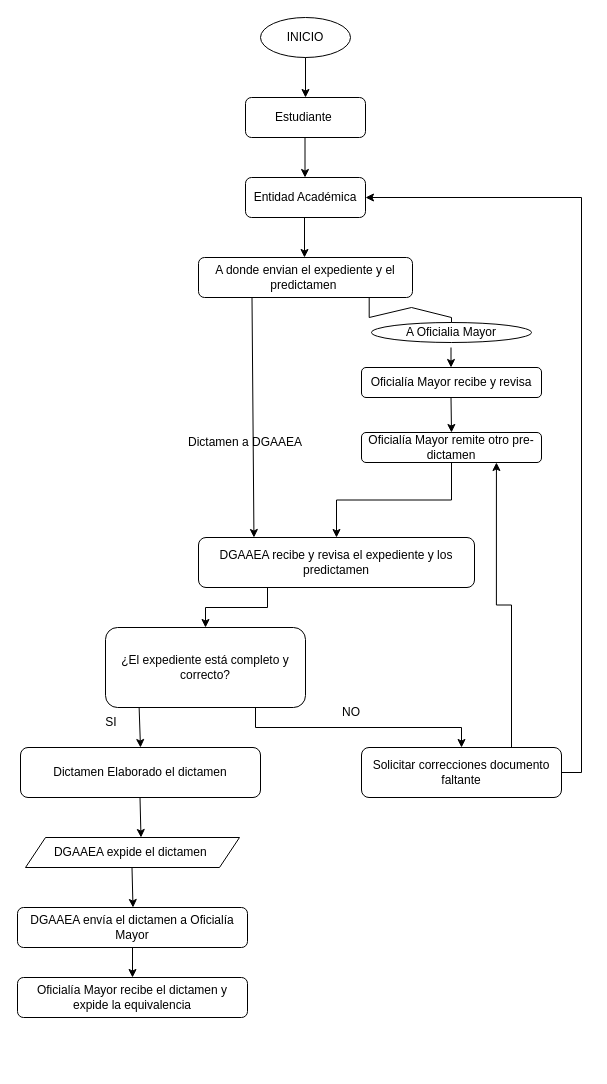
This is Diagrama sin título.drawio from Delfinsito/script, a draw.io file, before an edit. Source tidied: cells renumbered, new cells numbered last; positions are measured from the earlier drawing's top-left corner, leaving out a move shared by most shapes. Both pictures are drawn from the tidied source at 100%, with x=0, y=0 at pixel (17, 17).
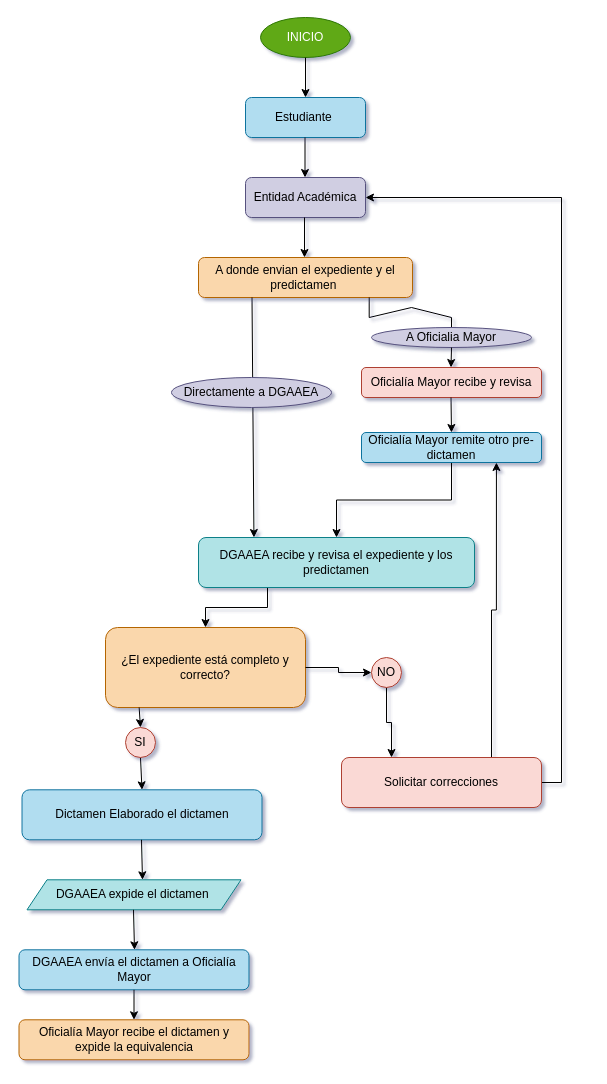
After the change.

The edit, as a diff of the source:
```diff
@@
-<mxGraphModel>
+<mxGraphModel shadow="1">
@@
-    <mxCell id="2" value="INICIO" style="ellipse;whiteSpace=wrap;html=1;shapeInside=1;" parent="1" vertex="1">
+    <mxCell id="2" value="INICIO" style="ellipse;whiteSpace=wrap;html=1;shapeInside=1;labelBackgroundColor=none;fillColor=#60a917;fontColor=#ffffff;strokeColor=#2D7600;" parent="1" vertex="1">
       <mxGeometry x="243" width="90" height="40" as="geometry" />
     </mxCell>
-    <mxCell id="3" style="endArrow=classic;html=1;rounded=0;exitX=0.5;exitY=1;exitDx=0;exitDy=0;" parent="1" edge="1" source="2">
+    <mxCell id="3" style="endArrow=classic;html=1;rounded=0;exitX=0.5;exitY=1;exitDx=0;exitDy=0;labelBackgroundColor=none;fontColor=default;" parent="1" edge="1" source="2">
       <mxGeometry relative="1" as="geometry">
         <mxPoint x="288" y="80" as="targetPoint" />
       </mxGeometry>
     </mxCell>
-    <mxCell id="4" value="Estudiante&amp;nbsp;" style="rounded=1;whiteSpace=wrap;html=1;roundedPerimeter=1;" parent="1" vertex="1">
+    <mxCell id="4" value="Estudiante&amp;nbsp;" style="rounded=1;whiteSpace=wrap;html=1;roundedPerimeter=1;labelBackgroundColor=none;fillColor=#b1ddf0;strokeColor=#10739e;" parent="1" vertex="1">
       <mxGeometry x="228" y="80" width="120" height="40" as="geometry" />
     </mxCell>
-    <mxCell id="5" style="endArrow=classic;html=1;rounded=0;exitX=0.5;exitY=1;exitDx=0;exitDy=0;" parent="1" edge="1">
+    <mxCell id="5" style="endArrow=classic;html=1;rounded=0;exitX=0.5;exitY=1;exitDx=0;exitDy=0;labelBackgroundColor=none;fontColor=default;" parent="1" edge="1">
       <mxGeometry relative="1" as="geometry">
         <mxPoint x="287.5" y="120" as="sourcePoint" />
         <mxPoint x="287.5" y="160" as="targetPoint" />
       </mxGeometry>
     </mxCell>
-    <mxCell id="6" value="Entidad Académica" style="rounded=1;whiteSpace=wrap;html=1;roundedPerimeter=1;" parent="1" vertex="1">
+    <mxCell id="6" value="Entidad Académica" style="rounded=1;whiteSpace=wrap;html=1;roundedPerimeter=1;labelBackgroundColor=none;fillColor=#d0cee2;strokeColor=#56517e;" parent="1" vertex="1">
       <mxGeometry x="228" y="160" width="120" height="40" as="geometry" />
     </mxCell>
-    <mxCell id="7" value="A donde envian el expediente y el predictamen&amp;nbsp;" style="rounded=1;whiteSpace=wrap;html=1;roundedPerimeter=1;" parent="1" vertex="1">
+    <mxCell id="7" value="A donde envian el expediente y el predictamen&amp;nbsp;" style="rounded=1;whiteSpace=wrap;html=1;roundedPerimeter=1;labelBackgroundColor=none;fillColor=#fad7ac;strokeColor=#b46504;" parent="1" vertex="1">
       <mxGeometry x="181" y="240" width="214" height="40" as="geometry" />
     </mxCell>
-    <mxCell id="8" style="endArrow=classic;html=1;rounded=0;exitX=0.5;exitY=1;exitDx=0;exitDy=0;" parent="1" edge="1">
+    <mxCell id="8" style="endArrow=classic;html=1;rounded=0;exitX=0.5;exitY=1;exitDx=0;exitDy=0;labelBackgroundColor=none;fontColor=default;" parent="1" edge="1">
       <mxGeometry relative="1" as="geometry">
         <mxPoint x="287" y="200" as="sourcePoint" />
         <mxPoint x="287" y="240" as="targetPoint" />
       </mxGeometry>
     </mxCell>
-    <mxCell id="9" style="endArrow=classic;html=1;rounded=0;exitX=0.25;exitY=1;exitDx=0;exitDy=0;entryX=0.171;entryY=-0.05;entryDx=0;entryDy=0;" parent="1" edge="1" source="7" target="19">
+    <mxCell id="9" style="endArrow=classic;html=1;rounded=0;exitX=0.25;exitY=1;exitDx=0;exitDy=0;entryX=0.171;entryY=-0.05;entryDx=0;entryDy=0;labelBackgroundColor=none;fontColor=default;" parent="1" edge="1" source="7" target="19">
       <mxGeometry relative="1" as="geometry" />
     </mxCell>
-    <mxCell id="10" style="endArrow=classic;html=1;rounded=0;exitX=0.8;exitY=1.004;exitDx=0;exitDy=0;" parent="1" edge="1" source="7">
+    <mxCell id="10" style="endArrow=classic;html=1;rounded=0;exitX=0.8;exitY=1.004;exitDx=0;exitDy=0;labelBackgroundColor=none;fontColor=default;" parent="1" edge="1" source="7">
       <mxGeometry x="0.01" relative="1" as="geometry">
         <mxPoint x="434" y="320" as="targetPoint" />
         <Array as="points">
           <mxPoint x="351.7" y="300" />
           <mxPoint x="394" y="290" />
           <mxPoint x="434" y="300" />
         </Array>
       </mxGeometry>
     </mxCell>
-    <mxCell id="11" value="A Oficialia Mayor" style="ellipse;whiteSpace=wrap;html=1;shapeInside=1;" parent="1" vertex="1">
-      <mxGeometry x="354" y="305" width="160" height="20" as="geometry" />
+    <mxCell id="11" value="A Oficialia Mayor" style="ellipse;whiteSpace=wrap;html=1;shapeInside=1;labelBackgroundColor=none;fillColor=#d0cee2;strokeColor=#56517e;" parent="1" vertex="1">
+      <mxGeometry x="354" y="310" width="160" height="20" as="geometry" />
     </mxCell>
-    <mxCell id="12" value="Oficialía Mayor recibe y revisa" style="rounded=1;whiteSpace=wrap;html=1;roundedPerimeter=1;" parent="1" vertex="1">
+    <mxCell id="12" value="Oficialía Mayor recibe y revisa" style="rounded=1;whiteSpace=wrap;html=1;roundedPerimeter=1;labelBackgroundColor=none;fillColor=#fad9d5;strokeColor=#ae4132;" parent="1" vertex="1">
       <mxGeometry x="344" y="350" width="180" height="30" as="geometry" />
     </mxCell>
-    <mxCell id="13" style="endArrow=classic;html=1;rounded=0;" parent="1" edge="1">
+    <mxCell id="13" style="endArrow=classic;html=1;rounded=0;labelBackgroundColor=none;fontColor=default;exitX=0.5;exitY=1;exitDx=0;exitDy=0;" parent="1" edge="1" source="11">
       <mxGeometry relative="1" as="geometry">
-        <mxPoint x="433.5" y="330" as="sourcePoint" />
         <mxPoint x="433.5" y="350" as="targetPoint" />
       </mxGeometry>
     </mxCell>
-    <mxCell id="14" style="endArrow=classic;html=1;rounded=0;exitX=0.5;exitY=1;exitDx=0;exitDy=0;entryX=0.5;entryY=0;entryDx=0;entryDy=0;" parent="1" edge="1" target="16">
+    <mxCell id="14" style="endArrow=classic;html=1;rounded=0;exitX=0.5;exitY=1;exitDx=0;exitDy=0;entryX=0.5;entryY=0;entryDx=0;entryDy=0;labelBackgroundColor=none;fontColor=default;" parent="1" edge="1" target="16">
       <mxGeometry relative="1" as="geometry">
         <mxPoint x="433.5" y="380" as="sourcePoint" />
       </mxGeometry>
     </mxCell>
-    <mxCell id="15" style="edgeStyle=orthogonalEdgeStyle;rounded=0;jettySize=auto;html=1;" parent="1" edge="1" source="16" target="19">
+    <mxCell id="15" style="edgeStyle=orthogonalEdgeStyle;rounded=0;jettySize=auto;html=1;labelBackgroundColor=none;fontColor=default;" parent="1" edge="1" source="16" target="19">
       <mxGeometry relative="1" as="geometry" />
     </mxCell>
-    <mxCell id="16" value="Oficialía Mayor remite otro pre-dictamen" style="rounded=1;whiteSpace=wrap;html=1;roundedPerimeter=1;" parent="1" vertex="1">
+    <mxCell id="16" value="Oficialía Mayor remite otro pre-dictamen" style="rounded=1;whiteSpace=wrap;html=1;roundedPerimeter=1;labelBackgroundColor=none;fillColor=#b1ddf0;strokeColor=#10739e;" parent="1" vertex="1">
       <mxGeometry x="344" y="415" width="180" height="30" as="geometry" />
     </mxCell>
-    <mxCell id="17" style="edgeStyle=orthogonalEdgeStyle;rounded=0;jettySize=auto;html=1;exitX=0.75;exitY=1;exitDx=0;exitDy=0;" parent="1" edge="1" source="20" target="23">
-      <mxGeometry x="-0.25" relative="1" as="geometry" />
-    </mxCell>
-    <mxCell id="18" style="edgeStyle=orthogonalEdgeStyle;rounded=0;jettySize=auto;html=1;exitX=0.25;exitY=1;exitDx=0;exitDy=0;entryX=0.5;entryY=0.125;entryDx=0;entryDy=0;" parent="1" edge="1" source="19" target="20">
+    <mxCell id="18" style="edgeStyle=orthogonalEdgeStyle;rounded=0;jettySize=auto;html=1;exitX=0.25;exitY=1;exitDx=0;exitDy=0;entryX=0.5;entryY=0.125;entryDx=0;entryDy=0;labelBackgroundColor=none;fontColor=default;" parent="1" edge="1" source="19" target="20">
       <mxGeometry relative="1" as="geometry" />
     </mxCell>
-    <mxCell id="19" value="DGAAEA recibe y revisa el expediente y los predictamen" style="rounded=1;whiteSpace=wrap;html=1;roundedPerimeter=1;" parent="1" vertex="1">
+    <mxCell id="19" value="DGAAEA recibe y revisa el expediente y los predictamen" style="rounded=1;whiteSpace=wrap;html=1;roundedPerimeter=1;labelBackgroundColor=none;fillColor=#b0e3e6;strokeColor=#0e8088;" parent="1" vertex="1">
       <mxGeometry x="181" y="520" width="276" height="50" as="geometry" />
     </mxCell>
+    <mxCell id="35" style="edgeStyle=orthogonalEdgeStyle;rounded=0;jettySize=auto;html=1;entryX=0.25;entryY=0;entryDx=0;entryDy=0;" parent="1" edge="1" source="32" target="23">
+      <mxGeometry relative="1" as="geometry" />
+    </mxCell>
-    <mxCell id="20" value="¿El expediente está completo y correcto?" style="rounded=1;whiteSpace=wrap;html=1;roundedPerimeter=1;" parent="1" vertex="1">
+    <mxCell id="20" value="¿El expediente está completo y correcto?" style="rounded=1;whiteSpace=wrap;html=1;roundedPerimeter=1;labelBackgroundColor=none;fillColor=#fad7ac;strokeColor=#b46504;" parent="1" vertex="1">
       <mxGeometry x="88" y="610" width="200" height="80" as="geometry" />
     </mxCell>
-    <mxCell id="21" style="edgeStyle=orthogonalEdgeStyle;rounded=0;jettySize=auto;html=1;exitX=0.75;exitY=0;exitDx=0;exitDy=0;entryX=0.833;entryY=1.167;entryDx=0;entryDy=0;" parent="1" edge="1" source="23" target="16">
+    <mxCell id="21" style="edgeStyle=orthogonalEdgeStyle;rounded=0;jettySize=auto;html=1;exitX=0.75;exitY=0;exitDx=0;exitDy=0;entryX=0.833;entryY=1.167;entryDx=0;entryDy=0;labelBackgroundColor=none;fontColor=default;" parent="1" edge="1" source="23" target="16">
       <mxGeometry relative="1" as="geometry" />
     </mxCell>
-    <mxCell id="22" style="edgeStyle=orthogonalEdgeStyle;rounded=0;jettySize=auto;html=1;entryX=1;entryY=0.5;entryDx=0;entryDy=0;exitX=1;exitY=0.5;exitDx=0;exitDy=0;" parent="1" edge="1" source="23" target="6">
+    <mxCell id="22" style="edgeStyle=orthogonalEdgeStyle;rounded=0;jettySize=auto;html=1;entryX=1;entryY=0.5;entryDx=0;entryDy=0;exitX=1;exitY=0.5;exitDx=0;exitDy=0;labelBackgroundColor=none;fontColor=default;" parent="1" edge="1" source="23" target="6">
       <mxGeometry x="-0.15" relative="1" as="geometry" />
     </mxCell>
-    <mxCell id="23" value="Solicitar correcciones documento faltante" style="rounded=1;whiteSpace=wrap;html=1;roundedPerimeter=1;" parent="1" vertex="1">
-      <mxGeometry x="344" y="730" width="200" height="50" as="geometry" />
+    <mxCell id="23" value="Solicitar correcciones" style="rounded=1;whiteSpace=wrap;html=1;roundedPerimeter=1;labelBackgroundColor=none;fillColor=#fad9d5;strokeColor=#ae4132;" parent="1" vertex="1">
+      <mxGeometry x="324" y="740" width="200" height="50" as="geometry" />
     </mxCell>
-    <mxCell id="24" value="Dictamen Elaborado el dictamen" style="rounded=1;whiteSpace=wrap;html=1;roundedPerimeter=1;" parent="1" vertex="1">
-      <mxGeometry x="3" y="730" width="240" height="50" as="geometry" />
+    <mxCell id="24" value="Dictamen Elaborado el dictamen" style="rounded=1;whiteSpace=wrap;html=1;roundedPerimeter=1;labelBackgroundColor=none;fillColor=#b1ddf0;strokeColor=#10739e;" parent="1" vertex="1">
+      <mxGeometry x="4.5" y="772.3" width="240" height="50" as="geometry" />
     </mxCell>
-    <mxCell id="25" style="endArrow=classic;html=1;rounded=0;entryX=0.5;entryY=0;entryDx=0;entryDy=0;exitX=0.135;exitY=1.05;exitDx=0;exitDy=0;" parent="1" edge="1" source="20" target="24">
+    <mxCell id="25" style="endArrow=classic;html=1;rounded=0;entryX=0.5;entryY=0;entryDx=0;entryDy=0;labelBackgroundColor=none;fontColor=default;exitX=0.5;exitY=1;exitDx=0;exitDy=0;" parent="1" edge="1" source="33" target="24">
       <mxGeometry relative="1" as="geometry" />
     </mxCell>
-    <mxCell id="26" value="DGAAEA expide el dictamen&amp;nbsp;" style="shape=parallelogram;perimeter=parallelogramPerimeter;whiteSpace=wrap;html=1;shapeInside=1;fixedSize=1;" parent="1" vertex="1">
-      <mxGeometry x="8" y="820" width="214" height="30" as="geometry" />
+    <mxCell id="26" value="DGAAEA expide el dictamen&amp;nbsp;" style="shape=parallelogram;perimeter=parallelogramPerimeter;whiteSpace=wrap;html=1;shapeInside=1;fixedSize=1;labelBackgroundColor=none;fillColor=#b0e3e6;strokeColor=#0e8088;" parent="1" vertex="1">
+      <mxGeometry x="9.5" y="862.3" width="214" height="30" as="geometry" />
     </mxCell>
-    <mxCell id="27" value="DGAAEA envía el dictamen a Oficialía Mayor" style="rounded=1;whiteSpace=wrap;html=1;roundedPerimeter=1;" parent="1" vertex="1">
-      <mxGeometry y="890" width="230" height="40" as="geometry" />
+    <mxCell id="27" value="DGAAEA envía el dictamen a Oficialía Mayor" style="rounded=1;whiteSpace=wrap;html=1;roundedPerimeter=1;labelBackgroundColor=none;fillColor=#b1ddf0;strokeColor=#10739e;" parent="1" vertex="1">
+      <mxGeometry x="1.5" y="932.3" width="230" height="40" as="geometry" />
     </mxCell>
-    <mxCell id="28" style="endArrow=classic;html=1;rounded=0;entryX=0.5;entryY=0;entryDx=0;entryDy=0;exitX=0.135;exitY=1.05;exitDx=0;exitDy=0;" parent="1" edge="1">
+    <mxCell id="28" style="endArrow=classic;html=1;rounded=0;entryX=0.5;entryY=0;entryDx=0;entryDy=0;exitX=0.135;exitY=1.05;exitDx=0;exitDy=0;labelBackgroundColor=none;fontColor=default;" parent="1" edge="1">
       <mxGeometry relative="1" as="geometry">
-        <mxPoint x="122.5" y="780" as="sourcePoint" />
-        <mxPoint x="123.5" y="820" as="targetPoint" />
+        <mxPoint x="124" y="822.3" as="sourcePoint" />
+        <mxPoint x="125" y="862.3" as="targetPoint" />
       </mxGeometry>
     </mxCell>
-    <mxCell id="29" style="endArrow=classic;html=1;rounded=0;entryX=0.5;entryY=0;entryDx=0;entryDy=0;exitX=0.135;exitY=1.05;exitDx=0;exitDy=0;" parent="1" edge="1">
+    <mxCell id="29" style="endArrow=classic;html=1;rounded=0;entryX=0.5;entryY=0;entryDx=0;entryDy=0;exitX=0.135;exitY=1.05;exitDx=0;exitDy=0;labelBackgroundColor=none;fontColor=default;" parent="1" edge="1">
       <mxGeometry relative="1" as="geometry">
-        <mxPoint x="114.5" y="850" as="sourcePoint" />
-        <mxPoint x="115.5" y="890" as="targetPoint" />
+        <mxPoint x="116" y="892.3" as="sourcePoint" />
+        <mxPoint x="117" y="932.3" as="targetPoint" />
       </mxGeometry>
     </mxCell>
-    <mxCell id="30" value="Oficialía Mayor recibe el dictamen y expide la equivalencia" style="rounded=1;whiteSpace=wrap;html=1;roundedPerimeter=1;" parent="1" vertex="1">
-      <mxGeometry y="960" width="230" height="40" as="geometry" />
+    <mxCell id="30" value="Oficialía Mayor recibe el dictamen y expide la equivalencia" style="rounded=1;whiteSpace=wrap;html=1;roundedPerimeter=1;labelBackgroundColor=none;fillColor=#fad7ac;strokeColor=#b46504;" parent="1" vertex="1">
+      <mxGeometry x="1.5" y="1002.3" width="230" height="40" as="geometry" />
     </mxCell>
-    <mxCell id="31" style="endArrow=classic;html=1;rounded=0;entryX=0.5;entryY=0;entryDx=0;entryDy=0;exitX=0.5;exitY=1;exitDx=0;exitDy=0;" parent="1" edge="1" source="27" target="30">
+    <mxCell id="31" style="endArrow=classic;html=1;rounded=0;entryX=0.5;entryY=0;entryDx=0;entryDy=0;exitX=0.5;exitY=1;exitDx=0;exitDy=0;labelBackgroundColor=none;fontColor=default;" parent="1" edge="1" source="27" target="30">
       <mxGeometry relative="1" as="geometry" />
     </mxCell>
+    <mxCell id="36" style="edgeStyle=orthogonalEdgeStyle;rounded=0;jettySize=auto;html=1;exitX=1;exitY=0.5;exitDx=0;exitDy=0;" parent="1" edge="1" source="20" target="32">
+      <mxGeometry relative="1" as="geometry" />
+    </mxCell>
-    <mxCell id="32" value="NO" style="text;html=1;whiteSpace=wrap;strokeColor=none;fillColor=none;align=center;verticalAlign=middle;rounded=0;" parent="1" vertex="1">
-      <mxGeometry x="304" y="680" width="60" height="30" as="geometry" />
+    <mxCell id="32" value="NO" style="ellipse;whiteSpace=wrap;html=1;shapeInside=1;fillColor=#fad9d5;strokeColor=#ae4132;" parent="1" vertex="1">
+      <mxGeometry x="354" y="640" width="30" height="30" as="geometry" />
     </mxCell>
+    <mxCell id="37" style="endArrow=classic;html=1;rounded=0;entryX=0.5;entryY=0;entryDx=0;entryDy=0;exitX=0.135;exitY=1.05;exitDx=0;exitDy=0;labelBackgroundColor=none;fontColor=default;" parent="1" edge="1" source="20" target="33">
+      <mxGeometry relative="1" as="geometry" />
+    </mxCell>
-    <mxCell id="33" value="SI" style="text;html=1;whiteSpace=wrap;strokeColor=none;fillColor=none;align=center;verticalAlign=middle;rounded=0;" parent="1" vertex="1">
-      <mxGeometry x="64" y="690" width="60" height="30" as="geometry" />
+    <mxCell id="33" value="SI" style="ellipse;whiteSpace=wrap;html=1;shapeInside=1;fillColor=#fad9d5;strokeColor=#ae4132;" parent="1" vertex="1">
+      <mxGeometry x="108" y="710" width="30" height="30" as="geometry" />
     </mxCell>
-    <mxCell id="34" value="Dictamen a DGAAEA" style="text;html=1;whiteSpace=wrap;strokeColor=none;fillColor=none;align=center;verticalAlign=middle;rounded=0;" parent="1" vertex="1">
-      <mxGeometry x="168" y="410" width="120" height="30" as="geometry" />
-    </mxCell>
+    <mxCell id="38" value="Directamente a DGAAEA" style="ellipse;whiteSpace=wrap;html=1;shapeInside=1;labelBackgroundColor=none;fillColor=#d0cee2;strokeColor=#56517e;" parent="1" vertex="1">
+      <mxGeometry x="154" y="360" width="160" height="30" as="geometry" />
+    </mxCell>
```
